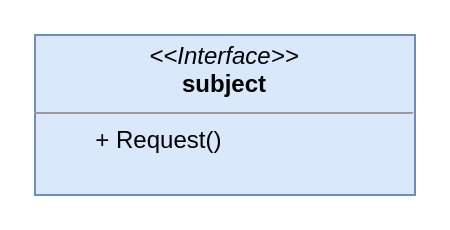
Earlier version of the draw.io diagram hello.drawio (hehehuai/idraw). Source tidied: cells renumbered, new cells numbered last; positions are measured from the earlier drawing's top-left corner, leaving out a move shared by most shapes. Both pictures are drawn from the tidied source at 200%, with x=0, y=0 at pixel (34, 34).
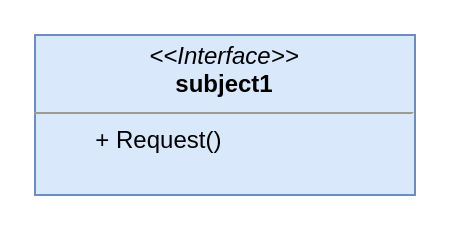
After the change.

What changed in the source:
```diff
@@
 <mxGraphModel>
   <root>
     <mxCell id="0" />
     <mxCell id="1" parent="0" />
-    <mxCell id="2" value="&lt;p style=&quot;margin:0px;margin-top:4px;text-align:center;&quot;&gt;&lt;i&gt;&amp;lt;&amp;lt;Interface&amp;gt;&amp;gt;&lt;/i&gt;&lt;br&gt;&lt;b&gt;subject&lt;/b&gt;&lt;/p&gt;&lt;hr size=&quot;1&quot;&gt;&lt;p style=&quot;margin:0px;margin-left:4px;&quot;&gt;&lt;span style=&quot;white-space: pre;&quot;&gt;&#9;&lt;/span&gt;+ Request()&lt;br&gt;&lt;/p&gt;" style="verticalAlign=top;align=left;overflow=fill;fontSize=12;fontFamily=Helvetica;html=1;whiteSpace=wrap;fillColor=#dae8fc;strokeColor=#6c8ebf;" parent="1" vertex="1">
+    <mxCell id="2" value="&lt;p style=&quot;margin:0px;margin-top:4px;text-align:center;&quot;&gt;&lt;i&gt;&amp;lt;&amp;lt;Interface&amp;gt;&amp;gt;&lt;/i&gt;&lt;br&gt;&lt;b&gt;subject1&lt;/b&gt;&lt;/p&gt;&lt;hr size=&quot;1&quot;&gt;&lt;p style=&quot;margin:0px;margin-left:4px;&quot;&gt;&lt;span style=&quot;white-space: pre;&quot;&gt;&#9;&lt;/span&gt;+ Request()&lt;br&gt;&lt;/p&gt;" style="verticalAlign=top;align=left;overflow=fill;fontSize=12;fontFamily=Helvetica;html=1;whiteSpace=wrap;fillColor=#dae8fc;strokeColor=#6c8ebf;" parent="1" vertex="1">
       <mxGeometry width="190" height="80" as="geometry" />
     </mxCell>
   </root>
 </mxGraphModel>
```
